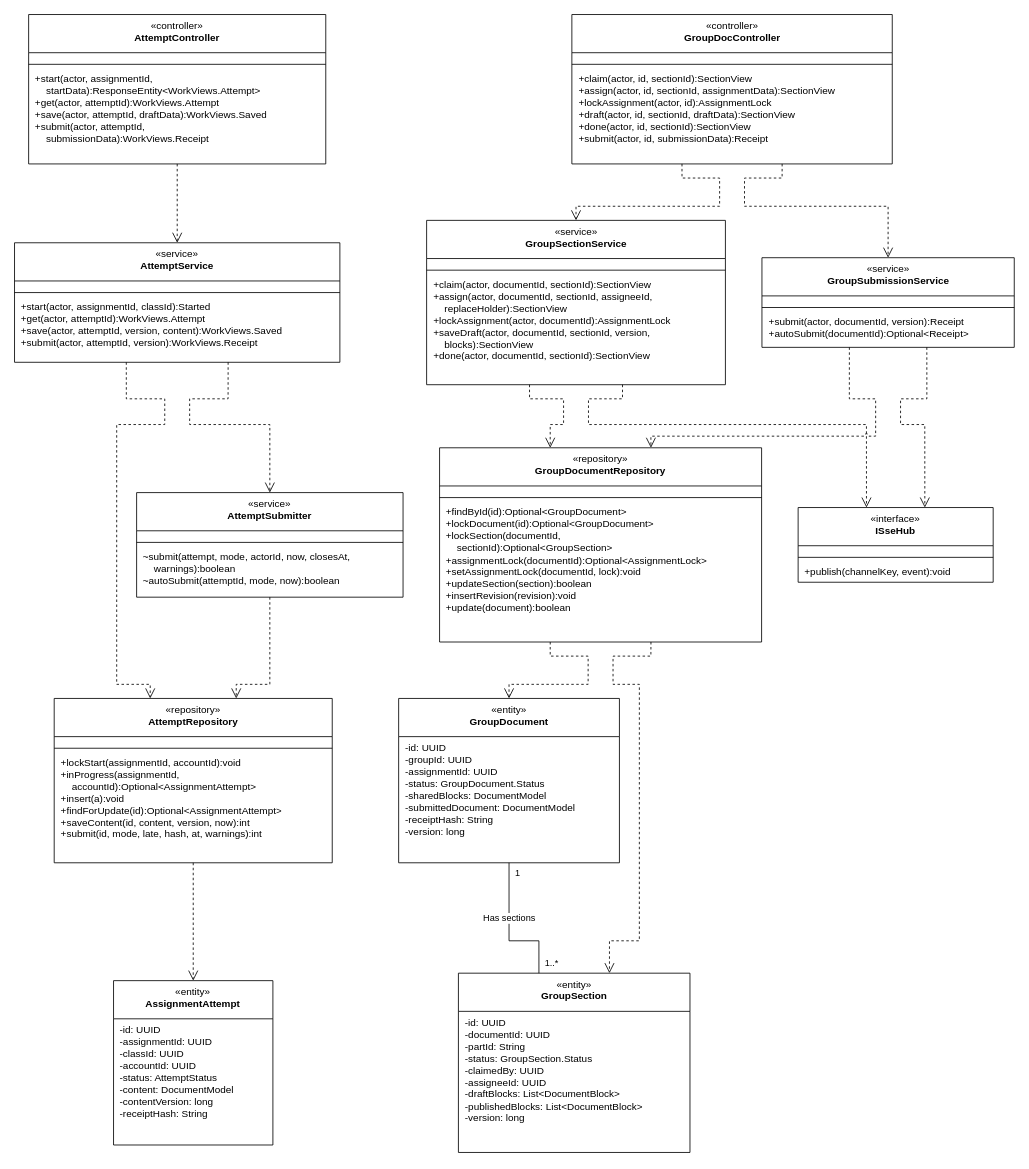
hygef-v4/AI-Powered-Learning-Platform keeps this draw.io diagram as page "Assignment Workspace and Submission - Design Classes" (3 of 6) of docs/class-diagrams.drawio. Above is the earlier version. Source tidied: cells renumbered, new cells numbered last; positions are measured from the earlier drawing's top-left corner, leaving out a move shared by most shapes. Both pictures are drawn from the tidied source at 83%, with x=0, y=0 at pixel (14, 14).
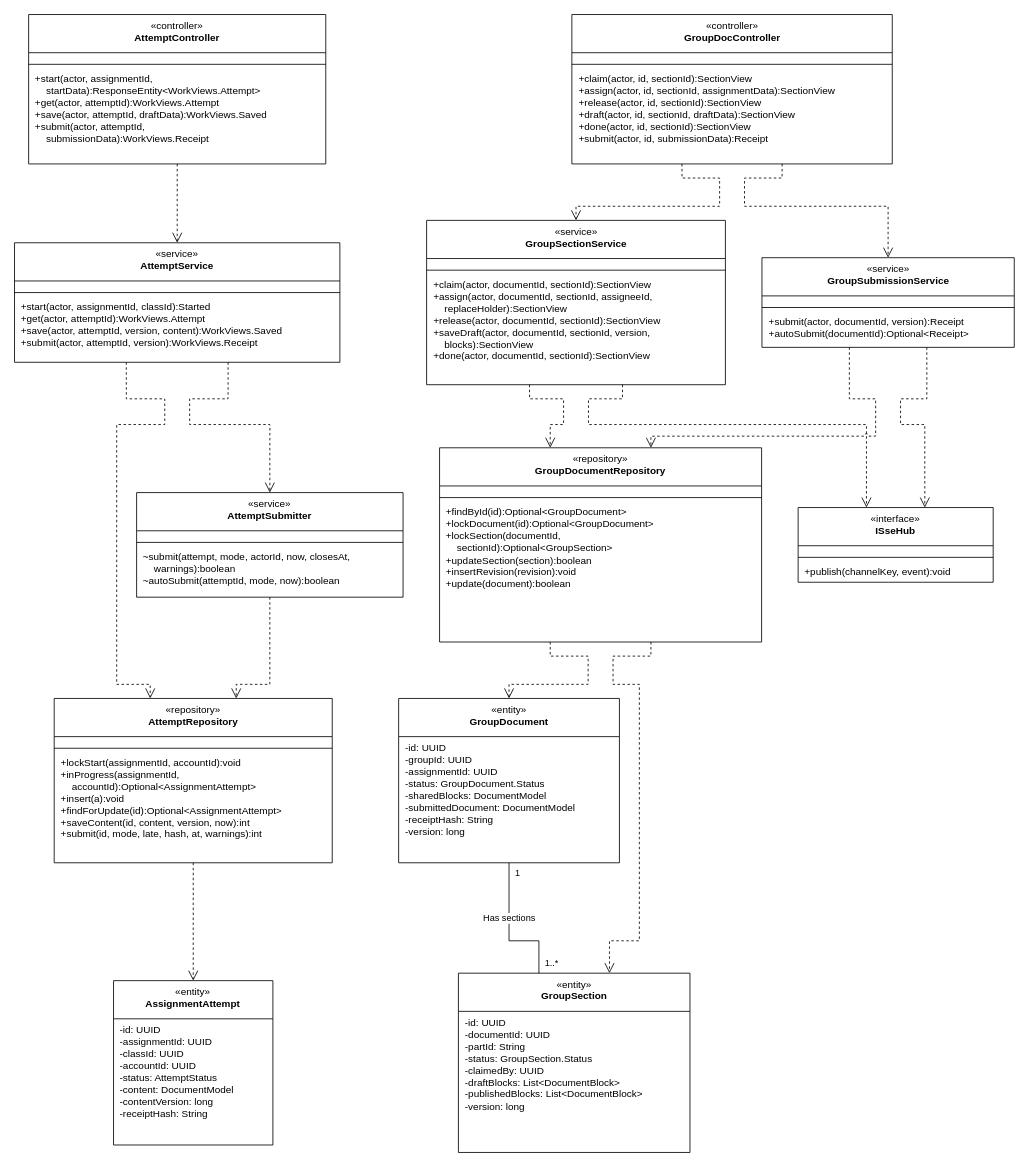
The same diagram, later.

Commit message (it also covers changes not shown here):
docs(u12): drop the assignment lock from the Report 4 class and sequence diagrams

Unchanged cells that the change refers to:
```xml
<mxCell id="6" value="«controller»&lt;br&gt;&lt;b&gt;GroupDocController&lt;/b&gt;" style="swimlane;fontStyle=0;align=center;verticalAlign=top;horizontal=1;startSize=46;html=1;whiteSpace=wrap;" parent="1" vertex="1">
  <mxGeometry x="671.5" width="386" height="180" as="geometry" />
</mxCell>
<mxCell id="18" value="«service»&lt;br&gt;&lt;b&gt;GroupSectionService&lt;/b&gt;" style="swimlane;fontStyle=0;align=center;verticalAlign=top;horizontal=1;startSize=46;html=1;whiteSpace=wrap;" parent="1" vertex="1">
  <mxGeometry x="496.5" y="248" width="360" height="198" as="geometry" />
</mxCell>
<mxCell id="30" value="«repository»&lt;br&gt;&lt;b&gt;GroupDocumentRepository&lt;/b&gt;" style="swimlane;fontStyle=0;align=center;verticalAlign=top;horizontal=1;startSize=46;html=1;whiteSpace=wrap;" parent="1" vertex="1">
  <mxGeometry x="512.1" y="522" width="388" height="234" as="geometry" />
</mxCell>
<mxCell id="42" value="«entity»&lt;br&gt;&lt;b&gt;GroupSection&lt;/b&gt;" style="swimlane;fontStyle=0;align=center;verticalAlign=top;horizontal=1;startSize=46;html=1;whiteSpace=wrap;" parent="1" vertex="1">
  <mxGeometry x="534.8" y="1155" width="279" height="216" as="geometry" />
</mxCell>
```

Diff of the diagram source:
```diff
@@
-    <mxCell id="9" value="+claim(actor, id, sectionId):SectionView&lt;br&gt;+assign(actor, id, sectionId, assignmentData):SectionView&lt;br&gt;+lockAssignment(actor, id):AssignmentLock&lt;br&gt;+draft(actor, id, sectionId, draftData):SectionView&lt;br&gt;+done(actor, id, sectionId):SectionView&lt;br&gt;+submit(actor, id, submissionData):Receipt" style="text;strokeColor=none;fillColor=none;align=left;verticalAlign=top;spacingLeft=6;spacingRight=4;overflow=hidden;whiteSpace=wrap;html=1;" parent="6" vertex="1">
+    <mxCell id="9" value="+claim(actor, id, sectionId):SectionView&lt;br&gt;+assign(actor, id, sectionId, assignmentData):SectionView&lt;br&gt;+release(actor, id, sectionId):SectionView&lt;br&gt;+draft(actor, id, sectionId, draftData):SectionView&lt;br&gt;+done(actor, id, sectionId):SectionView&lt;br&gt;+submit(actor, id, submissionData):Receipt" style="text;strokeColor=none;fillColor=none;align=left;verticalAlign=top;spacingLeft=6;spacingRight=4;overflow=hidden;whiteSpace=wrap;html=1;" parent="6" vertex="1">
       <mxGeometry y="64" width="386" height="116" as="geometry" />
     </mxCell>
@@
-    <mxCell id="21" value="+claim(actor, documentId, sectionId):SectionView&lt;br&gt;+assign(actor, documentId, sectionId, assigneeId,&lt;br&gt;    replaceHolder):SectionView&lt;br&gt;+lockAssignment(actor, documentId):AssignmentLock&lt;br&gt;+saveDraft(actor, documentId, sectionId, version,&lt;br&gt;    blocks):SectionView&lt;br&gt;+done(actor, documentId, sectionId):SectionView" style="text;strokeColor=none;fillColor=none;align=left;verticalAlign=top;spacingLeft=6;spacingRight=4;overflow=hidden;whiteSpace=wrap;html=1;" parent="18" vertex="1">
+    <mxCell id="21" value="+claim(actor, documentId, sectionId):SectionView&lt;br&gt;+assign(actor, documentId, sectionId, assigneeId,&lt;br&gt;    replaceHolder):SectionView&lt;br&gt;+release(actor, documentId, sectionId):SectionView&lt;br&gt;+saveDraft(actor, documentId, sectionId, version,&lt;br&gt;    blocks):SectionView&lt;br&gt;+done(actor, documentId, sectionId):SectionView" style="text;strokeColor=none;fillColor=none;align=left;verticalAlign=top;spacingLeft=6;spacingRight=4;overflow=hidden;whiteSpace=wrap;html=1;" parent="18" vertex="1">
       <mxGeometry y="64" width="360" height="134" as="geometry" />
     </mxCell>
@@
-    <mxCell id="33" value="+findById(id):Optional&amp;lt;GroupDocument&amp;gt;&lt;br&gt;+lockDocument(id):Optional&amp;lt;GroupDocument&amp;gt;&lt;br&gt;+lockSection(documentId,&lt;br&gt;    sectionId):Optional&amp;lt;GroupSection&amp;gt;&lt;br&gt;+assignmentLock(documentId):Optional&amp;lt;AssignmentLock&amp;gt;&lt;br&gt;+setAssignmentLock(documentId, lock):void&lt;br&gt;+updateSection(section):boolean&lt;br&gt;+insertRevision(revision):void&lt;br&gt;+update(document):boolean" style="text;strokeColor=none;fillColor=none;align=left;verticalAlign=top;spacingLeft=6;spacingRight=4;overflow=hidden;whiteSpace=wrap;html=1;" parent="30" vertex="1">
+    <mxCell id="33" value="+findById(id):Optional&amp;lt;GroupDocument&amp;gt;&lt;br&gt;+lockDocument(id):Optional&amp;lt;GroupDocument&amp;gt;&lt;br&gt;+lockSection(documentId,&lt;br&gt;    sectionId):Optional&amp;lt;GroupSection&amp;gt;&lt;br&gt;+updateSection(section):boolean&lt;br&gt;+insertRevision(revision):void&lt;br&gt;+update(document):boolean" style="text;strokeColor=none;fillColor=none;align=left;verticalAlign=top;spacingLeft=6;spacingRight=4;overflow=hidden;whiteSpace=wrap;html=1;" parent="30" vertex="1">
       <mxGeometry y="64" width="388" height="170" as="geometry" />
     </mxCell>
@@
-    <mxCell id="43" value="-id: UUID&lt;br&gt;-documentId: UUID&lt;br&gt;-partId: String&lt;br&gt;-status: GroupSection.Status&lt;br&gt;-claimedBy: UUID&lt;br&gt;-assigneeId: UUID&lt;br&gt;-draftBlocks: List&amp;lt;DocumentBlock&amp;gt;&lt;br&gt;-publishedBlocks: List&amp;lt;DocumentBlock&amp;gt;&lt;br&gt;-version: long" style="text;strokeColor=none;fillColor=none;align=left;verticalAlign=top;spacingLeft=6;spacingRight=4;overflow=hidden;whiteSpace=wrap;html=1;" parent="42" vertex="1">
+    <mxCell id="43" value="-id: UUID&lt;br&gt;-documentId: UUID&lt;br&gt;-partId: String&lt;br&gt;-status: GroupSection.Status&lt;br&gt;-claimedBy: UUID&lt;br&gt;-draftBlocks: List&amp;lt;DocumentBlock&amp;gt;&lt;br&gt;-publishedBlocks: List&amp;lt;DocumentBlock&amp;gt;&lt;br&gt;-version: long" style="text;strokeColor=none;fillColor=none;align=left;verticalAlign=top;spacingLeft=6;spacingRight=4;overflow=hidden;whiteSpace=wrap;html=1;" parent="42" vertex="1">
       <mxGeometry y="46" width="279" height="170" as="geometry" />
     </mxCell>
```
